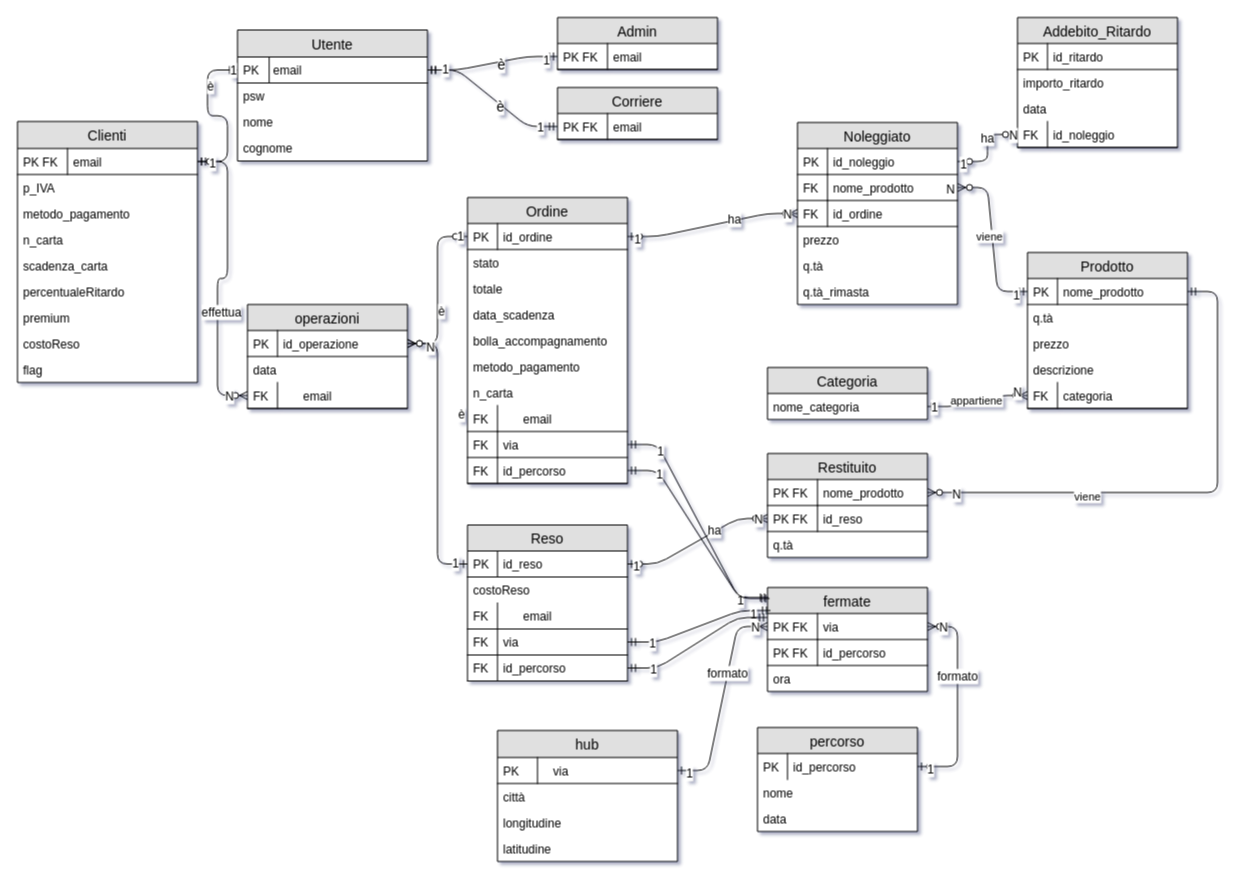
Earlier version of the draw.io diagram SchemaE_R.drawio (mario-santoro/EMAD2020_IsiLav). Source tidied: cells renumbered, new cells numbered last; positions are measured from the earlier drawing's top-left corner, leaving out a move shared by most shapes. Both pictures are drawn from the tidied source at 100%, with x=0, y=0 at pixel (17, 17).
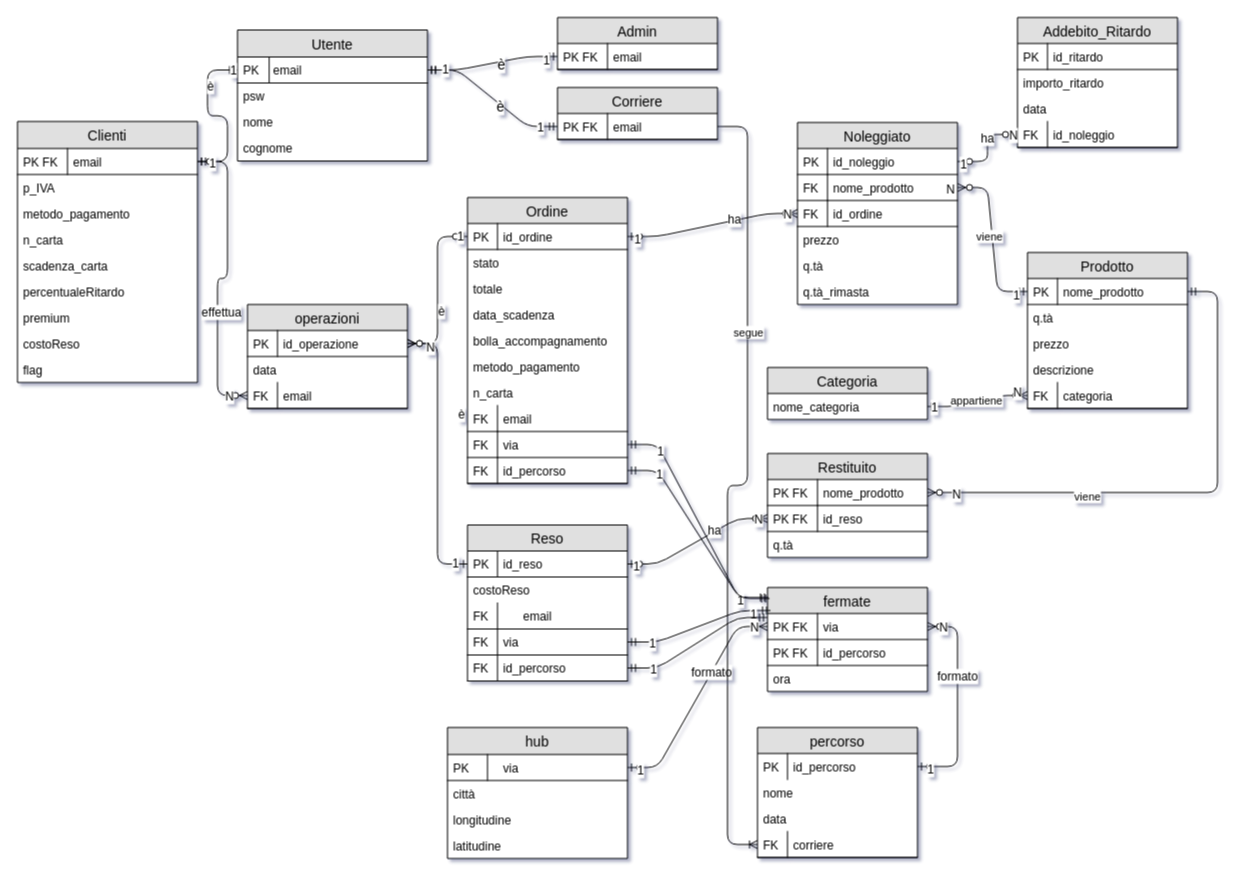
The same page after the edit.

Commit message:
Aggiunta relazione tra corrieri e percorsi

The change refers to these unchanged cells:
```xml
<mxCell id="23" value="      email" style="shape=partialRectangle;top=0;left=0;right=0;bottom=1;align=left;verticalAlign=top;fillColor=none;spacingLeft=34;spacingRight=4;overflow=hidden;points=[[0,0.5],[1,0.5]];portConstraint=eastwest;fontSize=12;startSize=26;" parent="22" vertex="1">
  <mxGeometry y="26" width="160" height="26" as="geometry" />
</mxCell>
<mxCell id="66" value="Ordine" style="swimlane;fontStyle=0;horizontal=1;startSize=26;fillColor=#e0e0e0;swimlaneFillColor=#ffffff;align=center;fontSize=14;" parent="1" vertex="1">
  <mxGeometry x="450" y="180" width="160" height="286" as="geometry" />
</mxCell>
<mxCell id="144" value="operazioni" style="swimlane;fontStyle=0;horizontal=1;startSize=26;fillColor=#e0e0e0;swimlaneFillColor=#ffffff;align=center;fontSize=14;" parent="1" vertex="1">
  <mxGeometry x="230" y="287" width="160" height="104" as="geometry" />
</mxCell>
```

The edit, as a diff of the source:
```diff
@@
     <mxCell id="45" value="hub" style="swimlane;fontStyle=0;horizontal=1;startSize=27;fillColor=#e0e0e0;swimlaneFillColor=#ffffff;align=center;fontSize=14;" parent="1" vertex="1">
-      <mxGeometry x="480" y="713" width="180" height="131" as="geometry" />
+      <mxGeometry x="430" y="710" width="180" height="131" as="geometry" />
     </mxCell>
@@
     <mxCell id="51" value="percorso" style="swimlane;fontStyle=0;horizontal=1;startSize=26;fillColor=#e0e0e0;swimlaneFillColor=#ffffff;align=center;fontSize=14;" parent="1" vertex="1">
-      <mxGeometry x="740" y="710" width="160" height="104" as="geometry" />
+      <mxGeometry x="740" y="710" width="160" height="130" as="geometry" />
     </mxCell>
@@
+    <mxCell id="168" value="corriere" style="shape=partialRectangle;top=0;left=0;right=0;bottom=1;align=left;verticalAlign=top;fillColor=none;spacingLeft=34;spacingRight=4;overflow=hidden;points=[[0,0.5],[1,0.5]];portConstraint=eastwest;fontSize=12;startSize=26;" parent="51" vertex="1">
+      <mxGeometry y="104" width="160" height="26" as="geometry" />
+    </mxCell>
+    <mxCell id="169" value="FK" style="shape=partialRectangle;top=0;left=0;bottom=0;fillColor=none;align=left;verticalAlign=top;spacingLeft=4;spacingRight=4;overflow=hidden;fontSize=12;" parent="168" vertex="1">
+      <mxGeometry width="30" height="26" as="geometry" />
+    </mxCell>
@@
-    <mxCell id="75" value="      email" style="shape=partialRectangle;top=0;left=0;right=0;bottom=1;align=left;verticalAlign=top;fillColor=none;spacingLeft=34;spacingRight=4;overflow=hidden;fontSize=12;startSize=26;" parent="66" vertex="1">
+    <mxCell id="75" value="email" style="shape=partialRectangle;top=0;left=0;right=0;bottom=1;align=left;verticalAlign=top;fillColor=none;spacingLeft=34;spacingRight=4;overflow=hidden;fontSize=12;startSize=26;" parent="66" vertex="1">
       <mxGeometry y="208" width="160" height="26" as="geometry" />
     </mxCell>
@@
-    <mxCell id="148" value="      email" style="shape=partialRectangle;top=0;left=0;right=0;bottom=1;align=left;verticalAlign=top;fillColor=none;spacingLeft=34;spacingRight=4;overflow=hidden;points=[[0,0.5],[1,0.5]];portConstraint=eastwest;fontSize=12;startSize=26;" parent="144" vertex="1">
+    <mxCell id="148" value="email" style="shape=partialRectangle;top=0;left=0;right=0;bottom=1;align=left;verticalAlign=top;fillColor=none;spacingLeft=34;spacingRight=4;overflow=hidden;points=[[0,0.5],[1,0.5]];portConstraint=eastwest;fontSize=12;startSize=26;" parent="144" vertex="1">
       <mxGeometry y="78" width="160" height="26" as="geometry" />
     </mxCell>
@@
+    <mxCell id="170" style="edgeStyle=entityRelationEdgeStyle;fontSize=12;html=1;endArrow=ERoneToMany;" parent="1" edge="1" source="23" target="168">
+      <mxGeometry relative="1" as="geometry" />
+    </mxCell>
+    <mxCell id="171" value="segue" style="edgeLabel;html=1;align=center;verticalAlign=middle;" parent="170" vertex="1">
+      <mxGeometry x="0.48" y="1" relative="1" as="geometry">
+        <mxPoint x="19" y="-336" as="offset" />
+      </mxGeometry>
+    </mxCell>
```
